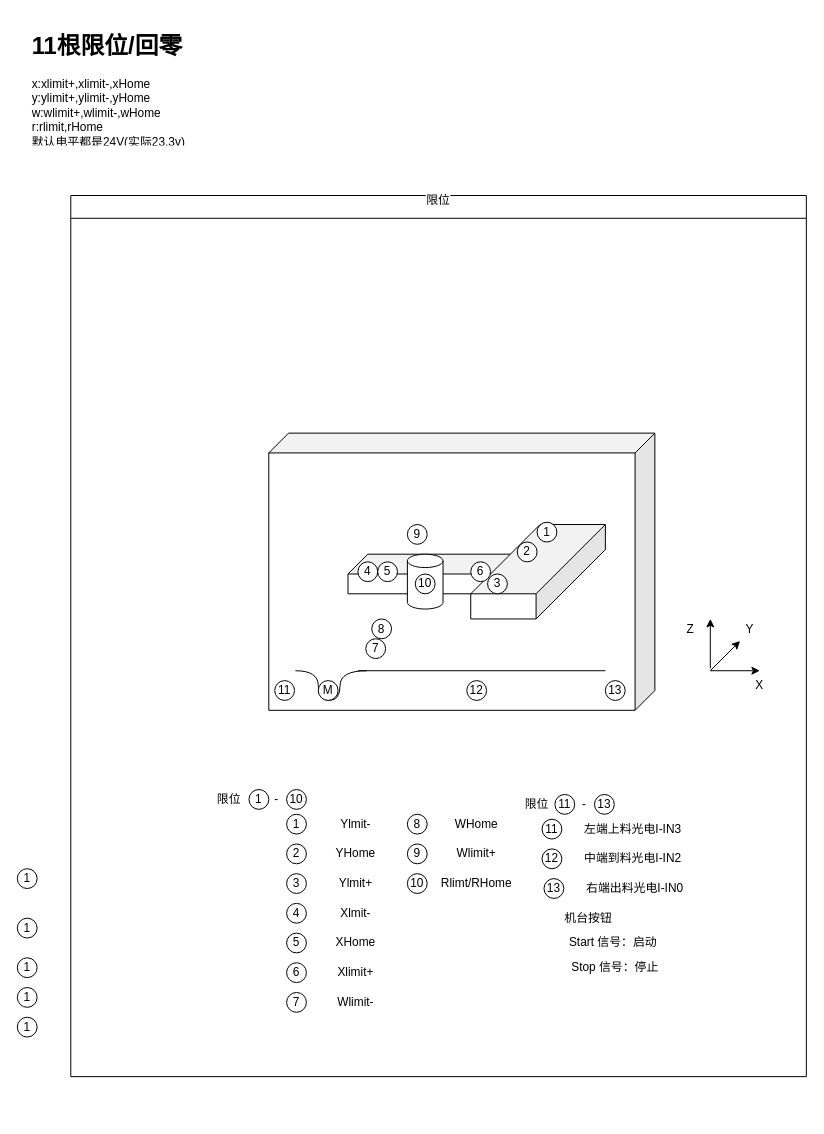
wjaswdd/draw.io keeps this draw.io diagram as 新喷码机部件图.drawio. Above is the earlier version. Source tidied: cells renumbered, new cells numbered last; positions are measured from the earlier drawing's top-left corner, leaving out a move shared by most shapes. Both pictures are drawn from the tidied source at 99%, with x=0, y=0 at pixel (17, 27).
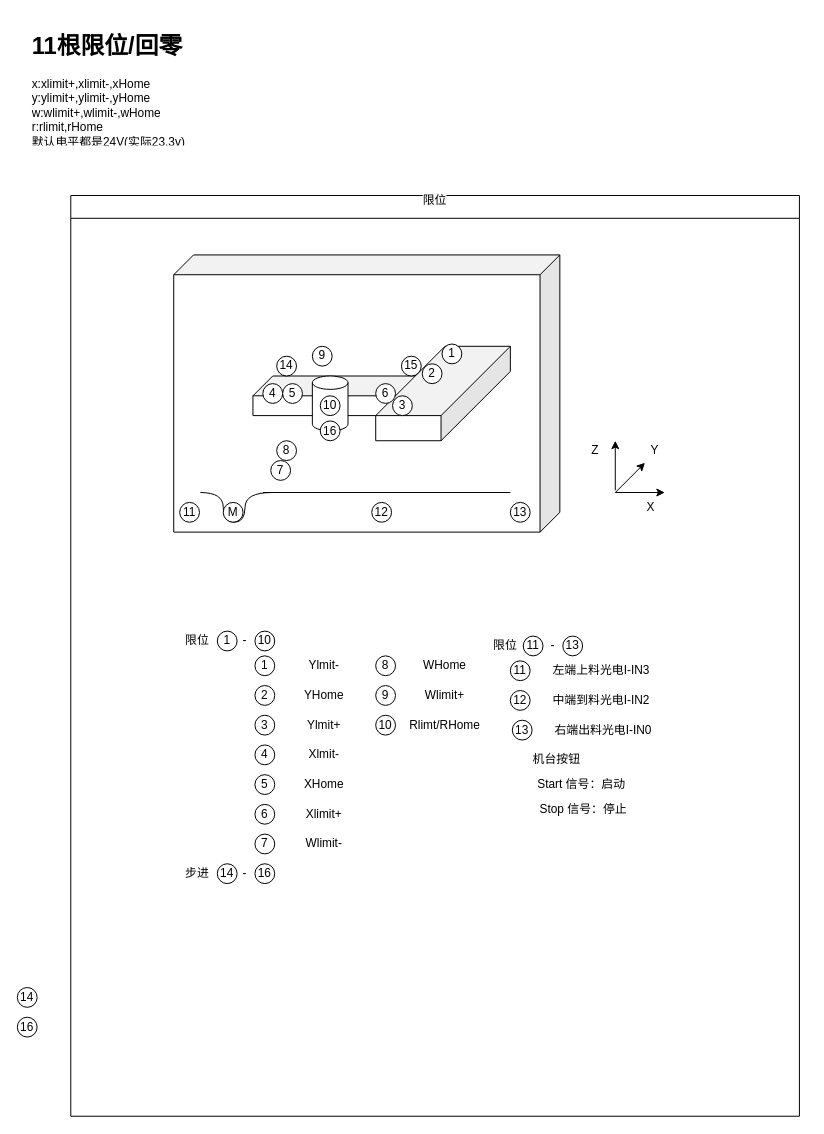
After the change.

Commit message (it also covers changes not shown here):
更新新喷码机部件图.drawio

Diff of the diagram source:
```diff
@@
     <mxCell id="3" value="&#10;&lt;span style=&quot;color: rgb(0, 0, 0); font-family: Helvetica; font-size: 12px; font-style: normal; font-variant-ligatures: normal; font-variant-caps: normal; font-weight: 400; letter-spacing: normal; orphans: 2; text-align: center; text-indent: 0px; text-transform: none; widows: 2; word-spacing: 0px; -webkit-text-stroke-width: 0px; background-color: rgb(251, 251, 251); text-decoration-thickness: initial; text-decoration-style: initial; text-decoration-color: initial; float: none; display: inline !important;&quot;&gt;限位&lt;/span&gt;&#10;&#10;" style="swimlane;whiteSpace=wrap;html=1;" parent="1" vertex="1">
-      <mxGeometry x="54" y="170" width="743" height="890" as="geometry" />
+      <mxGeometry x="54" y="170" width="736" height="930" as="geometry" />
     </mxCell>
     <mxCell id="4" style="shape=cube;whiteSpace=wrap;html=1;boundedLbl=1;backgroundOutline=1;darkOpacity=0.05;darkOpacity2=0.1;direction=east;flipH=1;" parent="3" vertex="1">
-      <mxGeometry x="200" y="240" width="390" height="280" as="geometry" />
+      <mxGeometry x="104" y="60" width="390" height="280" as="geometry" />
     </mxCell>
     <mxCell id="5" style="shape=cube;whiteSpace=wrap;html=1;boundedLbl=1;backgroundOutline=1;darkOpacity=0.05;darkOpacity2=0.1;flipV=0;flipH=1;" parent="3" vertex="1">
-      <mxGeometry x="280" y="362.3" width="170" height="40" as="geometry" />
+      <mxGeometry x="184" y="182.3" width="170" height="40" as="geometry" />
     </mxCell>
     <mxCell id="6" style="shape=cube;whiteSpace=wrap;html=1;boundedLbl=1;backgroundOutline=1;darkOpacity=0.05;darkOpacity2=0.1;flipH=0;direction=west;flipV=1;rotation=0;size=70;" parent="3" vertex="1">
-      <mxGeometry x="404" y="332.3" width="136" height="95.4" as="geometry" />
+      <mxGeometry x="308" y="152.3" width="136" height="95.4" as="geometry" />
     </mxCell>
     <mxCell id="7" style="shape=cylinder3;whiteSpace=wrap;html=1;boundedLbl=1;backgroundOutline=1;size=6.755456891741176;flipV=0;" parent="3" vertex="1">
-      <mxGeometry x="340" y="362.3" width="36" height="55.4" as="geometry" />
+      <mxGeometry x="244" y="182.3" width="36" height="55.4" as="geometry" />
     </mxCell>
     <mxCell id="8" value="1" style="ellipse;whiteSpace=wrap;html=1;" parent="3" vertex="1">
-      <mxGeometry x="471" y="330" width="20" height="20" as="geometry" />
+      <mxGeometry x="375" y="150" width="20" height="20" as="geometry" />
     </mxCell>
     <mxCell id="9" value="2" style="ellipse;whiteSpace=wrap;html=1;" parent="3" vertex="1">
-      <mxGeometry x="451" y="350" width="20" height="20" as="geometry" />
+      <mxGeometry x="355" y="170" width="20" height="20" as="geometry" />
     </mxCell>
     <mxCell id="10" value="3" style="ellipse;whiteSpace=wrap;html=1;" parent="3" vertex="1">
-      <mxGeometry x="421" y="382.3" width="20" height="20" as="geometry" />
+      <mxGeometry x="325" y="202.3" width="20" height="20" as="geometry" />
     </mxCell>
     <mxCell id="11" value="4" style="ellipse;whiteSpace=wrap;html=1;" parent="3" vertex="1">
-      <mxGeometry x="290" y="370" width="20" height="20" as="geometry" />
+      <mxGeometry x="194" y="190" width="20" height="20" as="geometry" />
     </mxCell>
     <mxCell id="12" value="5" style="ellipse;whiteSpace=wrap;html=1;" parent="3" vertex="1">
-      <mxGeometry x="310" y="370" width="20" height="20" as="geometry" />
+      <mxGeometry x="214" y="190" width="20" height="20" as="geometry" />
     </mxCell>
     <mxCell id="13" value="6" style="ellipse;whiteSpace=wrap;html=1;" parent="3" vertex="1">
-      <mxGeometry x="404" y="370" width="20" height="20" as="geometry" />
+      <mxGeometry x="308" y="190" width="20" height="20" as="geometry" />
     </mxCell>
     <mxCell id="14" value="7" style="ellipse;whiteSpace=wrap;html=1;" parent="3" vertex="1">
-      <mxGeometry x="298" y="447.7" width="20" height="20" as="geometry" />
+      <mxGeometry x="202" y="267.7" width="20" height="20" as="geometry" />
     </mxCell>
     <mxCell id="15" value="8" style="ellipse;whiteSpace=wrap;html=1;" parent="3" vertex="1">
-      <mxGeometry x="304" y="427.7" width="20" height="20" as="geometry" />
+      <mxGeometry x="208" y="247.7" width="20" height="20" as="geometry" />
     </mxCell>
     <mxCell id="16" value="9" style="ellipse;whiteSpace=wrap;html=1;" parent="3" vertex="1">
-      <mxGeometry x="340" y="332.3" width="20" height="20" as="geometry" />
+      <mxGeometry x="244" y="152.3" width="20" height="20" as="geometry" />
     </mxCell>
-    <mxCell id="17" style="group;" parent="3" vertex="1">
+    <mxCell id="17" style="group;rotation=180;" parent="3" vertex="1">
       <mxGeometry x="190" y="570" width="370" height="40" as="geometry" />
     </mxCell>
     <mxCell id="18" style="endArrow=none;html=1;rounded=0;edgeStyle=orthogonalEdgeStyle;curved=1;" parent="17" edge="1">
       <mxGeometry relative="1" as="geometry">
-        <mxPoint x="36.9" y="-90" as="sourcePoint" />
-        <mxPoint x="109.1" y="-90" as="targetPoint" />
+        <mxPoint x="-59.1" y="-270" as="sourcePoint" />
+        <mxPoint x="13.1" y="-270" as="targetPoint" />
         <Array as="points">
-          <mxPoint x="60" y="-90" />
-          <mxPoint x="60" y="-60" />
-          <mxPoint x="82" y="-60" />
-          <mxPoint x="82" y="-90" />
+          <mxPoint x="-36" y="-270" />
+          <mxPoint x="-36" y="-240" />
+          <mxPoint x="-14" y="-240" />
+          <mxPoint x="-14" y="-270" />
         </Array>
       </mxGeometry>
     </mxCell>
     <mxCell id="19" style="endArrow=none;html=1;rounded=0;" parent="3" edge="1">
       <mxGeometry relative="1" as="geometry">
-        <mxPoint x="290.1" y="480" as="sourcePoint" />
-        <mxPoint x="540" y="480" as="targetPoint" />
+        <mxPoint x="194.1" y="300" as="sourcePoint" />
+        <mxPoint x="444" y="300" as="targetPoint" />
       </mxGeometry>
     </mxCell>
     <mxCell id="20" value="M" style="ellipse;whiteSpace=wrap;html=1;" parent="3" vertex="1">
-      <mxGeometry x="250" y="490" width="20" height="20" as="geometry" />
+      <mxGeometry x="154" y="310" width="20" height="20" as="geometry" />
     </mxCell>
     <mxCell id="21" value="10" style="ellipse;whiteSpace=wrap;html=1;" parent="3" vertex="1">
-      <mxGeometry x="348" y="382.3" width="20" height="20" as="geometry" />
+      <mxGeometry x="252" y="202.3" width="20" height="20" as="geometry" />
     </mxCell>
     <mxCell id="22" value="1" style="ellipse;whiteSpace=wrap;html=1;" parent="3" vertex="1">
-      <mxGeometry x="218" y="625" width="20" height="20" as="geometry" />
+      <mxGeometry x="186" y="465" width="20" height="20" as="geometry" />
     </mxCell>
     <mxCell id="23" value="Ylmit-" style="text;html=1;strokeColor=none;fillColor=none;align=center;verticalAlign=middle;whiteSpace=wrap;rounded=0;" parent="3" vertex="1">
-      <mxGeometry x="258" y="620" width="60" height="30" as="geometry" />
+      <mxGeometry x="226" y="460" width="60" height="30" as="geometry" />
     </mxCell>
     <mxCell id="24" value="2" style="ellipse;whiteSpace=wrap;html=1;" parent="3" vertex="1">
-      <mxGeometry x="218" y="655" width="20" height="20" as="geometry" />
+      <mxGeometry x="186" y="495" width="20" height="20" as="geometry" />
     </mxCell>
     <mxCell id="25" value="YHome" style="text;html=1;strokeColor=none;fillColor=none;align=center;verticalAlign=middle;whiteSpace=wrap;rounded=0;" parent="3" vertex="1">
-      <mxGeometry x="258" y="650" width="60" height="30" as="geometry" />
+      <mxGeometry x="226" y="490" width="60" height="30" as="geometry" />
     </mxCell>
     <mxCell id="26" value="3" style="ellipse;whiteSpace=wrap;html=1;" parent="3" vertex="1">
-      <mxGeometry x="218" y="685" width="20" height="20" as="geometry" />
+      <mxGeometry x="186" y="525" width="20" height="20" as="geometry" />
     </mxCell>
     <mxCell id="27" value="Ylmit+" style="text;html=1;strokeColor=none;fillColor=none;align=center;verticalAlign=middle;whiteSpace=wrap;rounded=0;" parent="3" vertex="1">
-      <mxGeometry x="258" y="680" width="60" height="30" as="geometry" />
+      <mxGeometry x="226" y="520" width="60" height="30" as="geometry" />
     </mxCell>
     <mxCell id="28" value="4" style="ellipse;whiteSpace=wrap;html=1;" parent="3" vertex="1">
-      <mxGeometry x="218" y="715" width="20" height="20" as="geometry" />
+      <mxGeometry x="186" y="555" width="20" height="20" as="geometry" />
     </mxCell>
     <mxCell id="29" value="Xlmit-" style="text;html=1;strokeColor=none;fillColor=none;align=center;verticalAlign=middle;whiteSpace=wrap;rounded=0;" parent="3" vertex="1">
-      <mxGeometry x="258" y="710" width="60" height="30" as="geometry" />
+      <mxGeometry x="226" y="550" width="60" height="30" as="geometry" />
     </mxCell>
     <mxCell id="30" value="限位" style="text;html=1;strokeColor=none;fillColor=none;align=center;verticalAlign=middle;whiteSpace=wrap;rounded=0;" parent="3" vertex="1">
-      <mxGeometry x="130" y="595" width="60" height="30" as="geometry" />
+      <mxGeometry x="98" y="435" width="60" height="30" as="geometry" />
     </mxCell>
     <mxCell id="31" value="1" style="ellipse;whiteSpace=wrap;html=1;" parent="3" vertex="1">
-      <mxGeometry x="180" y="600" width="20" height="20" as="geometry" />
+      <mxGeometry x="148" y="440" width="20" height="20" as="geometry" />
     </mxCell>
     <mxCell id="32" value="-" style="text;html=1;strokeColor=none;fillColor=none;align=center;verticalAlign=middle;whiteSpace=wrap;rounded=0;" parent="3" vertex="1">
-      <mxGeometry x="178" y="595" width="60" height="30" as="geometry" />
+      <mxGeometry x="146" y="435" width="60" height="30" as="geometry" />
     </mxCell>
     <mxCell id="33" value="10" style="ellipse;whiteSpace=wrap;html=1;" parent="3" vertex="1">
-      <mxGeometry x="218" y="600" width="20" height="20" as="geometry" />
+      <mxGeometry x="186" y="440" width="20" height="20" as="geometry" />
     </mxCell>
     <mxCell id="34" value="5" style="ellipse;whiteSpace=wrap;html=1;" parent="3" vertex="1">
-      <mxGeometry x="218" y="745" width="20" height="20" as="geometry" />
+      <mxGeometry x="186" y="585" width="20" height="20" as="geometry" />
     </mxCell>
     <mxCell id="35" value="XHome" style="text;html=1;strokeColor=none;fillColor=none;align=center;verticalAlign=middle;whiteSpace=wrap;rounded=0;" parent="3" vertex="1">
-      <mxGeometry x="258" y="740" width="60" height="30" as="geometry" />
+      <mxGeometry x="226" y="580" width="60" height="30" as="geometry" />
     </mxCell>
     <mxCell id="36" value="6" style="ellipse;whiteSpace=wrap;html=1;" parent="3" vertex="1">
-      <mxGeometry x="218" y="775" width="20" height="20" as="geometry" />
+      <mxGeometry x="186" y="615" width="20" height="20" as="geometry" />
     </mxCell>
     <mxCell id="37" value="Xlimit+" style="text;html=1;strokeColor=none;fillColor=none;align=center;verticalAlign=middle;whiteSpace=wrap;rounded=0;" parent="3" vertex="1">
-      <mxGeometry x="258" y="770" width="60" height="30" as="geometry" />
+      <mxGeometry x="226" y="610" width="60" height="30" as="geometry" />
     </mxCell>
     <mxCell id="38" value="7" style="ellipse;whiteSpace=wrap;html=1;" parent="3" vertex="1">
-      <mxGeometry x="218" y="805" width="20" height="20" as="geometry" />
+      <mxGeometry x="186" y="645" width="20" height="20" as="geometry" />
     </mxCell>
     <mxCell id="39" value="Wlimit-" style="text;html=1;strokeColor=none;fillColor=none;align=center;verticalAlign=middle;whiteSpace=wrap;rounded=0;" parent="3" vertex="1">
-      <mxGeometry x="258" y="800" width="60" height="30" as="geometry" />
+      <mxGeometry x="226" y="640" width="60" height="30" as="geometry" />
     </mxCell>
     <mxCell id="40" value="8" style="ellipse;whiteSpace=wrap;html=1;" parent="3" vertex="1">
-      <mxGeometry x="340" y="625" width="20" height="20" as="geometry" />
+      <mxGeometry x="308" y="465" width="20" height="20" as="geometry" />
     </mxCell>
     <mxCell id="41" value="WHome" style="text;html=1;strokeColor=none;fillColor=none;align=center;verticalAlign=middle;whiteSpace=wrap;rounded=0;" parent="3" vertex="1">
-      <mxGeometry x="380" y="620" width="60" height="30" as="geometry" />
+      <mxGeometry x="348" y="460" width="60" height="30" as="geometry" />
     </mxCell>
     <mxCell id="42" style="endArrow=classic;html=1;rounded=0;" parent="3" edge="1">
       <mxGeometry relative="1" as="geometry">
-        <mxPoint x="646" y="477.7" as="sourcePoint" />
-        <mxPoint x="646" y="427.7" as="targetPoint" />
+        <mxPoint x="550" y="297.7" as="sourcePoint" />
+        <mxPoint x="550" y="247.7" as="targetPoint" />
       </mxGeometry>
     </mxCell>
     <mxCell id="43" style="endArrow=classic;html=1;rounded=0;" parent="3" edge="1">
       <mxGeometry relative="1" as="geometry">
-        <mxPoint x="646" y="480" as="sourcePoint" />
-        <mxPoint x="676" y="450" as="targetPoint" />
+        <mxPoint x="550" y="300" as="sourcePoint" />
+        <mxPoint x="580" y="270" as="targetPoint" />
       </mxGeometry>
     </mxCell>
     <mxCell id="44" value="X" style="text;html=1;strokeColor=none;fillColor=none;align=center;verticalAlign=middle;whiteSpace=wrap;rounded=0;" parent="3" vertex="1">
-      <mxGeometry x="666" y="480" width="60" height="30" as="geometry" />
+      <mxGeometry x="556" y="300" width="60" height="30" as="geometry" />
     </mxCell>
     <mxCell id="45" value="Y" style="text;html=1;strokeColor=none;fillColor=none;align=center;verticalAlign=middle;whiteSpace=wrap;rounded=0;" parent="3" vertex="1">
-      <mxGeometry x="656" y="422.7" width="60" height="30" as="geometry" />
+      <mxGeometry x="560" y="242.7" width="60" height="30" as="geometry" />
     </mxCell>
     <mxCell id="46" value="Z" style="text;html=1;strokeColor=none;fillColor=none;align=center;verticalAlign=middle;whiteSpace=wrap;rounded=0;" parent="3" vertex="1">
-      <mxGeometry x="596" y="422.7" width="60" height="30" as="geometry" />
+      <mxGeometry x="500" y="242.7" width="60" height="30" as="geometry" />
     </mxCell>
     <mxCell id="47" value="9" style="ellipse;whiteSpace=wrap;html=1;" parent="3" vertex="1">
-      <mxGeometry x="340" y="655" width="20" height="20" as="geometry" />
+      <mxGeometry x="308" y="495" width="20" height="20" as="geometry" />
     </mxCell>
     <mxCell id="48" value="Wlimit+" style="text;html=1;strokeColor=none;fillColor=none;align=center;verticalAlign=middle;whiteSpace=wrap;rounded=0;" parent="3" vertex="1">
-      <mxGeometry x="380" y="650" width="60" height="30" as="geometry" />
+      <mxGeometry x="348" y="490" width="60" height="30" as="geometry" />
     </mxCell>
     <mxCell id="49" value="10" style="ellipse;whiteSpace=wrap;html=1;" parent="3" vertex="1">
-      <mxGeometry x="340" y="685" width="20" height="20" as="geometry" />
+      <mxGeometry x="308" y="525" width="20" height="20" as="geometry" />
     </mxCell>
     <mxCell id="50" value="Rlimt/RHome" style="text;html=1;strokeColor=none;fillColor=none;align=center;verticalAlign=middle;whiteSpace=wrap;rounded=0;" parent="3" vertex="1">
-      <mxGeometry x="380" y="680" width="60" height="30" as="geometry" />
+      <mxGeometry x="348" y="520" width="60" height="30" as="geometry" />
     </mxCell>
     <mxCell id="51" value="限位" style="text;html=1;strokeColor=none;fillColor=none;align=center;verticalAlign=middle;whiteSpace=wrap;rounded=0;" parent="3" vertex="1">
-      <mxGeometry x="441" y="600" width="60" height="30" as="geometry" />
+      <mxGeometry x="409" y="440" width="60" height="30" as="geometry" />
     </mxCell>
     <mxCell id="52" value="-" style="text;html=1;strokeColor=none;fillColor=none;align=center;verticalAlign=middle;whiteSpace=wrap;rounded=0;" parent="3" vertex="1">
-      <mxGeometry x="489" y="600" width="60" height="30" as="geometry" />
+      <mxGeometry x="457" y="440" width="60" height="30" as="geometry" />
     </mxCell>
     <mxCell id="53" value="11" style="ellipse;whiteSpace=wrap;html=1;" parent="3" vertex="1">
-      <mxGeometry x="489" y="605" width="20" height="20" as="geometry" />
+      <mxGeometry x="457" y="445" width="20" height="20" as="geometry" />
     </mxCell>
     <mxCell id="54" value="13" style="ellipse;whiteSpace=wrap;html=1;" parent="3" vertex="1">
-      <mxGeometry x="529" y="605" width="20" height="20" as="geometry" />
+      <mxGeometry x="497" y="445" width="20" height="20" as="geometry" />
     </mxCell>
     <mxCell id="55" value="11" style="ellipse;whiteSpace=wrap;html=1;" parent="3" vertex="1">
-      <mxGeometry x="206" y="490" width="20" height="20" as="geometry" />
+      <mxGeometry x="110" y="310" width="20" height="20" as="geometry" />
     </mxCell>
     <mxCell id="56" value="12" style="ellipse;whiteSpace=wrap;html=1;" parent="3" vertex="1">
-      <mxGeometry x="400" y="490" width="20" height="20" as="geometry" />
+      <mxGeometry x="304" y="310" width="20" height="20" as="geometry" />
     </mxCell>
     <mxCell id="57" value="13" style="ellipse;whiteSpace=wrap;html=1;" parent="3" vertex="1">
-      <mxGeometry x="540" y="490" width="20" height="20" as="geometry" />
+      <mxGeometry x="444" y="310" width="20" height="20" as="geometry" />
     </mxCell>
     <mxCell id="58" value="11" style="ellipse;whiteSpace=wrap;html=1;" parent="3" vertex="1">
-      <mxGeometry x="476" y="630" width="20" height="20" as="geometry" />
+      <mxGeometry x="444" y="470" width="20" height="20" as="geometry" />
     </mxCell>
     <mxCell id="59" value="左端上料光电I-IN3" style="text;html=1;strokeColor=none;fillColor=none;align=center;verticalAlign=middle;whiteSpace=wrap;rounded=0;" parent="3" vertex="1">
-      <mxGeometry x="516" y="625" width="104" height="30" as="geometry" />
+      <mxGeometry x="484" y="465" width="104" height="30" as="geometry" />
     </mxCell>
     <mxCell id="60" value="12" style="ellipse;whiteSpace=wrap;html=1;" parent="3" vertex="1">
-      <mxGeometry x="476" y="660" width="20" height="20" as="geometry" />
+      <mxGeometry x="444" y="500" width="20" height="20" as="geometry" />
     </mxCell>
     <mxCell id="61" value="中端到料光电I-IN2" style="text;html=1;strokeColor=none;fillColor=none;align=center;verticalAlign=middle;whiteSpace=wrap;rounded=0;" parent="3" vertex="1">
-      <mxGeometry x="516" y="655" width="104" height="30" as="geometry" />
+      <mxGeometry x="484" y="495" width="104" height="30" as="geometry" />
     </mxCell>
     <mxCell id="62" value="13" style="ellipse;whiteSpace=wrap;html=1;" parent="3" vertex="1">
-      <mxGeometry x="478" y="690" width="20" height="20" as="geometry" />
+      <mxGeometry x="446" y="530" width="20" height="20" as="geometry" />
     </mxCell>
     <mxCell id="63" value="右端出料光电I-IN0" style="text;html=1;strokeColor=none;fillColor=none;align=center;verticalAlign=middle;whiteSpace=wrap;rounded=0;" parent="3" vertex="1">
-      <mxGeometry x="518" y="685" width="104" height="30" as="geometry" />
+      <mxGeometry x="486" y="525" width="104" height="30" as="geometry" />
     </mxCell>
     <mxCell id="64" value="机台按钮" style="text;html=1;strokeColor=none;fillColor=none;align=center;verticalAlign=middle;whiteSpace=wrap;rounded=0;" parent="3" vertex="1">
-      <mxGeometry x="471" y="715" width="104" height="30" as="geometry" />
+      <mxGeometry x="439" y="555" width="104" height="30" as="geometry" />
     </mxCell>
     <mxCell id="65" value="Start 信号：启动" style="text;html=1;strokeColor=none;fillColor=none;align=center;verticalAlign=middle;whiteSpace=wrap;rounded=0;" parent="3" vertex="1">
-      <mxGeometry x="496" y="740" width="104" height="30" as="geometry" />
+      <mxGeometry x="464" y="580" width="104" height="30" as="geometry" />
     </mxCell>
     <mxCell id="66" value="Stop 信号：停止" style="text;html=1;strokeColor=none;fillColor=none;align=center;verticalAlign=middle;whiteSpace=wrap;rounded=0;" parent="3" vertex="1">
-      <mxGeometry x="498" y="765" width="104" height="30" as="geometry" />
+      <mxGeometry x="466" y="605" width="104" height="30" as="geometry" />
     </mxCell>
+    <mxCell id="68" value="14" style="ellipse;whiteSpace=wrap;html=1;" parent="3" vertex="1">
+      <mxGeometry x="208" y="162.3" width="20" height="20" as="geometry" />
+    </mxCell>
+    <mxCell id="71" value="15" style="ellipse;whiteSpace=wrap;html=1;" parent="3" vertex="1">
+      <mxGeometry x="334" y="162.3" width="20" height="20" as="geometry" />
+    </mxCell>
+    <mxCell id="70" value="16" style="ellipse;whiteSpace=wrap;html=1;" parent="3" vertex="1">
+      <mxGeometry x="252" y="227.7" width="20" height="20" as="geometry" />
+    </mxCell>
+    <mxCell id="74" value="步进" style="text;html=1;strokeColor=none;fillColor=none;align=center;verticalAlign=middle;whiteSpace=wrap;rounded=0;" parent="3" vertex="1">
+      <mxGeometry x="98" y="670" width="60" height="30" as="geometry" />
+    </mxCell>
+    <mxCell id="75" value="14" style="ellipse;whiteSpace=wrap;html=1;" parent="3" vertex="1">
+      <mxGeometry x="148" y="675" width="20" height="20" as="geometry" />
+    </mxCell>
+    <mxCell id="76" value="-" style="text;html=1;strokeColor=none;fillColor=none;align=center;verticalAlign=middle;whiteSpace=wrap;rounded=0;" parent="3" vertex="1">
+      <mxGeometry x="146" y="670" width="60" height="30" as="geometry" />
+    </mxCell>
+    <mxCell id="77" value="16" style="ellipse;whiteSpace=wrap;html=1;" parent="3" vertex="1">
+      <mxGeometry x="186" y="675" width="20" height="20" as="geometry" />
+    </mxCell>
@@
-    <mxCell id="68" value="1" style="ellipse;whiteSpace=wrap;html=1;" parent="1" vertex="1">
-      <mxGeometry y="850" width="20" height="20" as="geometry" />
-    </mxCell>
     <mxCell id="69" style="endArrow=classic;html=1;rounded=0;" parent="1" edge="1">
       <mxGeometry relative="1" as="geometry">
-        <mxPoint x="700" y="650" as="sourcePoint" />
-        <mxPoint x="750" y="650" as="targetPoint" />
+        <mxPoint x="604" y="470" as="sourcePoint" />
+        <mxPoint x="654" y="470" as="targetPoint" />
       </mxGeometry>
     </mxCell>
-    <mxCell id="70" value="1" style="ellipse;whiteSpace=wrap;html=1;" parent="1" vertex="1">
-      <mxGeometry y="940" width="20" height="20" as="geometry" />
-    </mxCell>
-    <mxCell id="71" value="1" style="ellipse;whiteSpace=wrap;html=1;" parent="1" vertex="1">
-      <mxGeometry y="900" width="20" height="20" as="geometry" />
-    </mxCell>
-    <mxCell id="72" value="1" style="ellipse;whiteSpace=wrap;html=1;" parent="1" vertex="1">
+    <mxCell id="72" value="14" style="ellipse;whiteSpace=wrap;html=1;" parent="1" vertex="1">
       <mxGeometry y="970" width="20" height="20" as="geometry" />
     </mxCell>
-    <mxCell id="73" value="1" style="ellipse;whiteSpace=wrap;html=1;" parent="1" vertex="1">
+    <mxCell id="73" value="16" style="ellipse;whiteSpace=wrap;html=1;" parent="1" vertex="1">
       <mxGeometry y="1000" width="20" height="20" as="geometry" />
     </mxCell>
```
